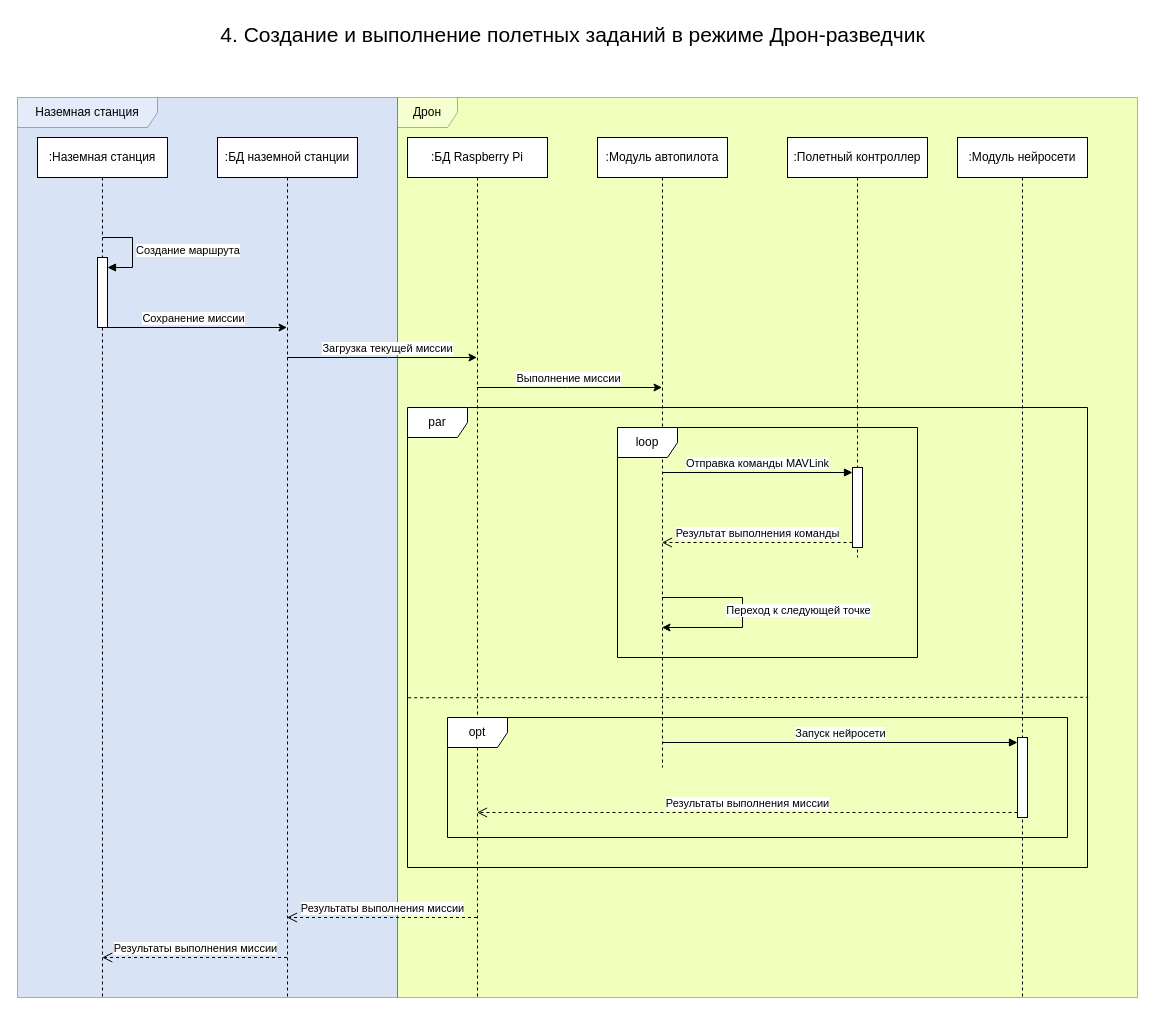
The draw.io diagram src/diagrams/uml-sequence/sequence_4.drawio in zimkov/system-engineering-playbook, before the edit. Source tidied: cells renumbered, new cells numbered last; positions are measured from the earlier drawing's top-left corner, leaving out a move shared by most shapes. Both pictures are drawn from the tidied source at 100%, with x=0, y=0 at pixel (17, 17).
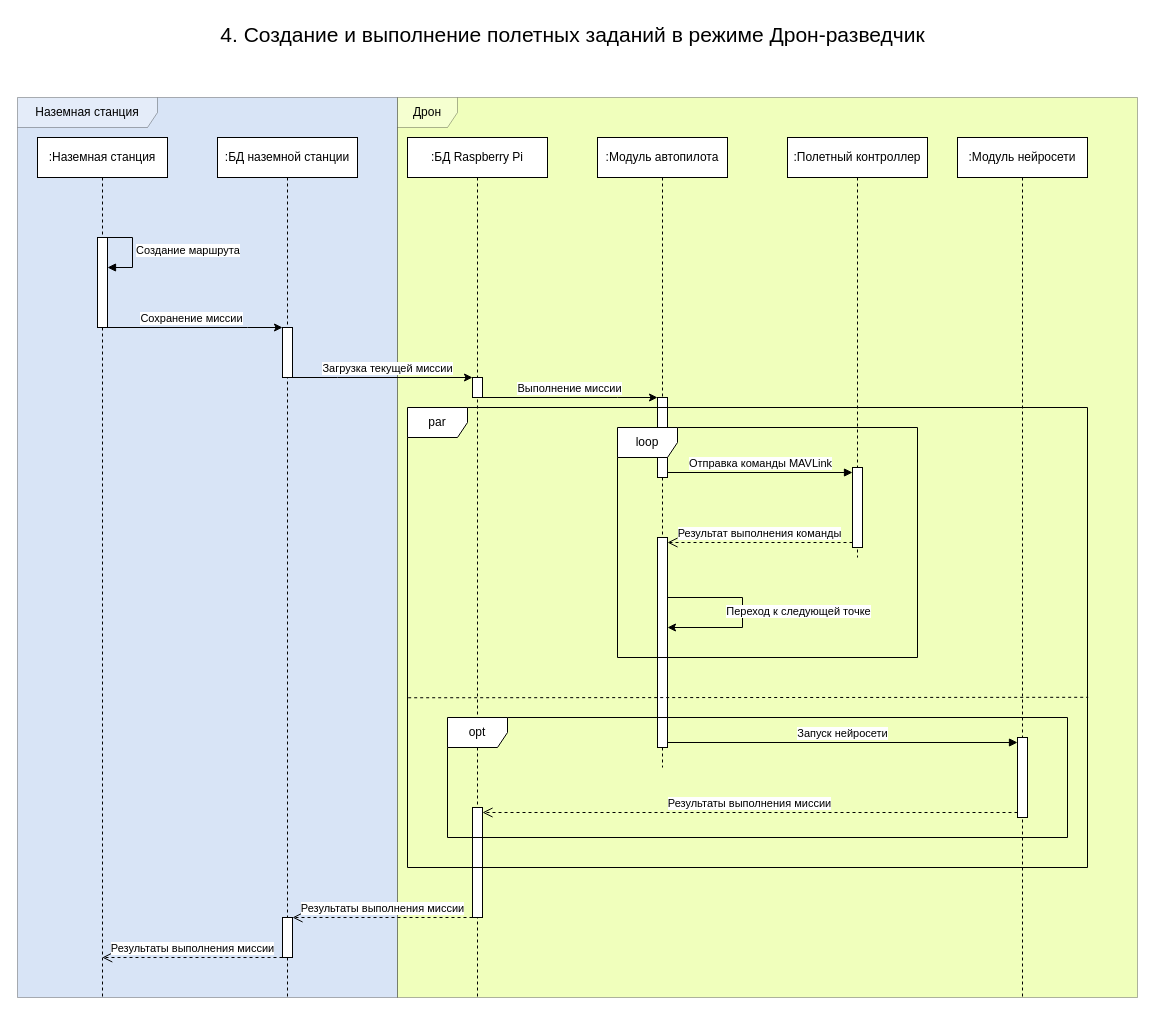
Above is the later version.

The change refers to these unchanged cells:
```xml
<mxCell id="7" value=":Наземная станция" style="shape=umlLifeline;perimeter=lifelinePerimeter;whiteSpace=wrap;html=1;newEdgeStyle={&quot;curved&quot;:0,&quot;rounded&quot;:0};" parent="1" vertex="1">
  <mxGeometry x="20" y="120" width="130" height="860" as="geometry" />
</mxCell>
<mxCell id="12" value=":БД наземной станции" style="shape=umlLifeline;perimeter=lifelinePerimeter;whiteSpace=wrap;html=1;outlineConnect=0;portConstraint=eastwest;newEdgeStyle={&quot;curved&quot;:0,&quot;rounded&quot;:0};" parent="1" vertex="1">
  <mxGeometry x="200" y="120" width="140" height="860" as="geometry" />
</mxCell>
<mxCell id="15" value=":БД Raspberry Pi" style="shape=umlLifeline;perimeter=lifelinePerimeter;whiteSpace=wrap;html=1;outlineConnect=0;portConstraint=eastwest;newEdgeStyle={&quot;curved&quot;:0,&quot;rounded&quot;:0};" parent="1" vertex="1">
  <mxGeometry x="390" y="120" width="140" height="860" as="geometry" />
</mxCell>
<mxCell id="16" value=":Модуль автопилота" style="shape=umlLifeline;perimeter=lifelinePerimeter;whiteSpace=wrap;html=1;outlineConnect=0;portConstraint=eastwest;newEdgeStyle={&quot;curved&quot;:0,&quot;rounded&quot;:0};" parent="1" vertex="1">
  <mxGeometry x="580" y="120" width="130" height="630" as="geometry" />
</mxCell>
<mxCell id="18" style="html=1;points=[[0,0,0,0,5],[0,1,0,0,-5],[1,0,0,0,5],[1,1,0,0,-5]];perimeter=orthogonalPerimeter;outlineConnect=0;targetShapes=umlLifeline;portConstraint=eastwest;newEdgeStyle={&quot;curved&quot;:0,&quot;rounded&quot;:0};" parent="17" vertex="1">
  <mxGeometry x="65" y="330" width="10" height="80" as="geometry" />
</mxCell>
<mxCell id="25" style="html=1;points=[[0,0,0,0,5],[0,1,0,0,-5],[1,0,0,0,5],[1,1,0,0,-5]];perimeter=orthogonalPerimeter;outlineConnect=0;targetShapes=umlLifeline;portConstraint=eastwest;newEdgeStyle={&quot;curved&quot;:0,&quot;rounded&quot;:0};" parent="24" vertex="1">
  <mxGeometry x="60" y="600" width="10" height="80" as="geometry" />
</mxCell>
```

Diff of the diagram source:
```diff
@@
-    <mxCell id="5" style="edgeStyle=orthogonalEdgeStyle;rounded=0;orthogonalLoop=1;jettySize=auto;html=1;curved=0;" parent="1" edge="1">
+    <mxCell id="5" style="edgeStyle=orthogonalEdgeStyle;rounded=0;jettySize=auto;html=1;curved=0;" parent="1" edge="1" target="33">
       <mxGeometry relative="1" as="geometry">
         <mxPoint x="84.8" y="310" as="sourcePoint" />
-        <mxPoint x="269.5" y="310" as="targetPoint" />
+        <Array as="points">
+          <mxPoint x="230" y="310" />
+          <mxPoint x="230" y="310" />
+        </Array>
       </mxGeometry>
     </mxCell>
@@
     <mxCell id="8" style="html=1;points=[[0,0,0,0,5],[0,1,0,0,-5],[1,0,0,0,5],[1,1,0,0,-5]];perimeter=orthogonalPerimeter;outlineConnect=0;targetShapes=umlLifeline;portConstraint=eastwest;newEdgeStyle={&quot;curved&quot;:0,&quot;rounded&quot;:0};" parent="7" vertex="1">
-      <mxGeometry x="60" y="120" width="10" height="70" as="geometry" />
+      <mxGeometry x="60" y="100" width="10" height="90" as="geometry" />
     </mxCell>
@@
-    <mxCell id="10" style="edgeStyle=orthogonalEdgeStyle;rounded=0;jettySize=auto;html=1;curved=0;" parent="1" edge="1" source="12" target="15">
+    <mxCell id="10" style="edgeStyle=orthogonalEdgeStyle;rounded=0;jettySize=auto;html=1;curved=0;" parent="1" edge="1" source="33" target="35">
       <mxGeometry relative="1" as="geometry">
         <Array as="points">
-          <mxPoint x="370" y="340" />
-          <mxPoint x="370" y="340" />
+          <mxPoint x="320" y="360" />
+          <mxPoint x="320" y="360" />
         </Array>
       </mxGeometry>
     </mxCell>
@@
+    <mxCell id="33" style="html=1;points=[[0,0,0,0,5],[0,1,0,0,-5],[1,0,0,0,5],[1,1,0,0,-5]];perimeter=orthogonalPerimeter;outlineConnect=0;targetShapes=umlLifeline;portConstraint=eastwest;newEdgeStyle={&quot;curved&quot;:0,&quot;rounded&quot;:0};" parent="12" vertex="1">
+      <mxGeometry x="65" y="190" width="10" height="50" as="geometry" />
+    </mxCell>
+    <mxCell id="34" style="html=1;points=[[0,0,0,0,5],[0,1,0,0,-5],[1,0,0,0,5],[1,1,0,0,-5]];perimeter=orthogonalPerimeter;outlineConnect=0;targetShapes=umlLifeline;portConstraint=eastwest;newEdgeStyle={&quot;curved&quot;:0,&quot;rounded&quot;:0};" parent="12" vertex="1">
+      <mxGeometry x="65" y="780" width="10" height="40" as="geometry" />
+    </mxCell>
-    <mxCell id="13" style="edgeStyle=orthogonalEdgeStyle;rounded=0;jettySize=auto;html=1;curved=0;" parent="1" edge="1" source="15" target="16">
+    <mxCell id="13" style="edgeStyle=orthogonalEdgeStyle;rounded=0;jettySize=auto;html=1;curved=0;" parent="1" edge="1" source="35" target="38">
       <mxGeometry relative="1" as="geometry">
         <Array as="points">
-          <mxPoint x="550" y="370" />
-          <mxPoint x="550" y="370" />
+          <mxPoint x="600" y="380" />
+          <mxPoint x="600" y="380" />
         </Array>
       </mxGeometry>
     </mxCell>
@@
+    <mxCell id="35" style="html=1;points=[[0,0,0,0,5],[0,1,0,0,-5],[1,0,0,0,5],[1,1,0,0,-5]];perimeter=orthogonalPerimeter;outlineConnect=0;targetShapes=umlLifeline;portConstraint=eastwest;newEdgeStyle={&quot;curved&quot;:0,&quot;rounded&quot;:0};" parent="15" vertex="1">
+      <mxGeometry x="65" y="240" width="10" height="20" as="geometry" />
+    </mxCell>
+    <mxCell id="36" style="html=1;points=[[0,0,0,0,5],[0,1,0,0,-5],[1,0,0,0,5],[1,1,0,0,-5]];perimeter=orthogonalPerimeter;outlineConnect=0;targetShapes=umlLifeline;portConstraint=eastwest;newEdgeStyle={&quot;curved&quot;:0,&quot;rounded&quot;:0};" parent="15" vertex="1">
+      <mxGeometry x="65" y="670" width="10" height="110" as="geometry" />
+    </mxCell>
@@
+    <mxCell id="37" style="html=1;points=[[0,0,0,0,5],[0,1,0,0,-5],[1,0,0,0,5],[1,1,0,0,-5]];perimeter=orthogonalPerimeter;outlineConnect=0;targetShapes=umlLifeline;portConstraint=eastwest;newEdgeStyle={&quot;curved&quot;:0,&quot;rounded&quot;:0};" parent="16" vertex="1">
+      <mxGeometry x="60" y="400" width="10" height="210" as="geometry" />
+    </mxCell>
+    <mxCell id="22" style="edgeStyle=orthogonalEdgeStyle;rounded=0;orthogonalLoop=1;jettySize=auto;html=1;curved=0;" parent="16" edge="1" source="37" target="37">
+      <mxGeometry relative="1" as="geometry">
+        <Array as="points">
+          <mxPoint x="145" y="460" />
+          <mxPoint x="145" y="490" />
+        </Array>
+      </mxGeometry>
+    </mxCell>
+    <mxCell id="23" value="Переход к следующей точке" style="edgeLabel;html=1;align=center;verticalAlign=middle;rotation=0;" parent="22" vertex="1">
+      <mxGeometry x="0.05" y="3" relative="1" as="geometry">
+        <mxPoint x="52" y="-7" as="offset" />
+      </mxGeometry>
+    </mxCell>
+    <mxCell id="38" style="html=1;points=[[0,0,0,0,5],[0,1,0,0,-5],[1,0,0,0,5],[1,1,0,0,-5]];perimeter=orthogonalPerimeter;outlineConnect=0;targetShapes=umlLifeline;portConstraint=eastwest;newEdgeStyle={&quot;curved&quot;:0,&quot;rounded&quot;:0};" parent="16" vertex="1">
+      <mxGeometry x="60" y="260" width="10" height="80" as="geometry" />
+    </mxCell>
@@
-    <mxCell id="20" value="Результат выполнения команды" style="html=1;verticalAlign=bottom;endArrow=open;dashed=1;endSize=8;curved=0;rounded=0;exitX=0;exitY=1;exitDx=0;exitDy=-5;" parent="1" edge="1" source="18" target="16">
+    <mxCell id="20" value="Результат выполнения команды" style="html=1;verticalAlign=bottom;endArrow=open;dashed=1;endSize=8;curved=0;rounded=0;exitX=0;exitY=1;exitDx=0;exitDy=-5;" parent="1" edge="1" source="18" target="37">
       <mxGeometry relative="1" as="geometry" />
     </mxCell>
-    <mxCell id="21" value="Отправка команды MAVLink" style="html=1;verticalAlign=bottom;endArrow=block;curved=0;rounded=0;entryX=0;entryY=0;entryDx=0;entryDy=5;" parent="1" edge="1" source="16" target="18">
+    <mxCell id="21" value="Отправка команды MAVLink" style="html=1;verticalAlign=bottom;endArrow=block;curved=0;rounded=0;entryX=0;entryY=0;entryDx=0;entryDy=5;" parent="1" edge="1" source="38" target="18">
       <mxGeometry relative="1" as="geometry" />
     </mxCell>
-    <mxCell id="22" style="edgeStyle=orthogonalEdgeStyle;rounded=0;orthogonalLoop=1;jettySize=auto;html=1;curved=0;" parent="1" edge="1" source="16" target="16">
-      <mxGeometry relative="1" as="geometry">
-        <Array as="points">
-          <mxPoint x="725" y="580" />
-          <mxPoint x="725" y="610" />
-        </Array>
-      </mxGeometry>
-    </mxCell>
-    <mxCell id="23" value="Переход к следующей точке" style="edgeLabel;html=1;align=center;verticalAlign=middle;rotation=0;" parent="22" vertex="1">
-      <mxGeometry x="0.05" y="3" relative="1" as="geometry">
-        <mxPoint x="52" y="-7" as="offset" />
-      </mxGeometry>
-    </mxCell>
@@
-    <mxCell id="26" value="Запуск нейросети" style="html=1;verticalAlign=bottom;endArrow=block;curved=0;rounded=0;entryX=0;entryY=0;entryDx=0;entryDy=5;" parent="1" edge="1" source="16" target="25">
+    <mxCell id="26" value="Запуск нейросети" style="html=1;verticalAlign=bottom;endArrow=block;curved=0;rounded=0;entryX=0;entryY=0;entryDx=0;entryDy=5;" parent="1" edge="1" source="37" target="25">
       <mxGeometry relative="1" as="geometry" />
     </mxCell>
-    <mxCell id="27" value="Результаты выполнения миссии" style="html=1;verticalAlign=bottom;endArrow=open;dashed=1;endSize=8;curved=0;rounded=0;exitX=0;exitY=1;exitDx=0;exitDy=-5;" parent="1" edge="1" source="25" target="15">
+    <mxCell id="27" value="Результаты выполнения миссии" style="html=1;verticalAlign=bottom;endArrow=open;dashed=1;endSize=8;curved=0;rounded=0;exitX=0;exitY=1;exitDx=0;exitDy=-5;" parent="1" edge="1" source="25" target="36">
       <mxGeometry relative="1" as="geometry" />
     </mxCell>
@@
-    <mxCell id="31" value="Результаты выполнения миссии" style="html=1;verticalAlign=bottom;endArrow=open;dashed=1;endSize=8;curved=0;rounded=0;" parent="1" edge="1" source="15" target="12">
+    <mxCell id="31" value="Результаты выполнения миссии" style="html=1;verticalAlign=bottom;endArrow=open;dashed=1;endSize=8;curved=0;rounded=0;" parent="1" edge="1" source="36" target="34">
       <mxGeometry relative="1" as="geometry">
         <Array as="points">
           <mxPoint x="390" y="900" />
         </Array>
       </mxGeometry>
     </mxCell>
-    <mxCell id="32" value="Результаты выполнения миссии" style="html=1;verticalAlign=bottom;endArrow=open;dashed=1;endSize=8;curved=0;rounded=0;" parent="1" edge="1">
+    <mxCell id="32" value="Результаты выполнения миссии" style="html=1;verticalAlign=bottom;endArrow=open;dashed=1;endSize=8;curved=0;rounded=0;" parent="1" edge="1" source="34">
       <mxGeometry relative="1" as="geometry">
-        <mxPoint x="269.5" y="940" as="sourcePoint" />
         <mxPoint x="84.7" y="940" as="targetPoint" />
         <Array as="points">
           <mxPoint x="200" y="940" />
         </Array>
       </mxGeometry>
     </mxCell>
```
